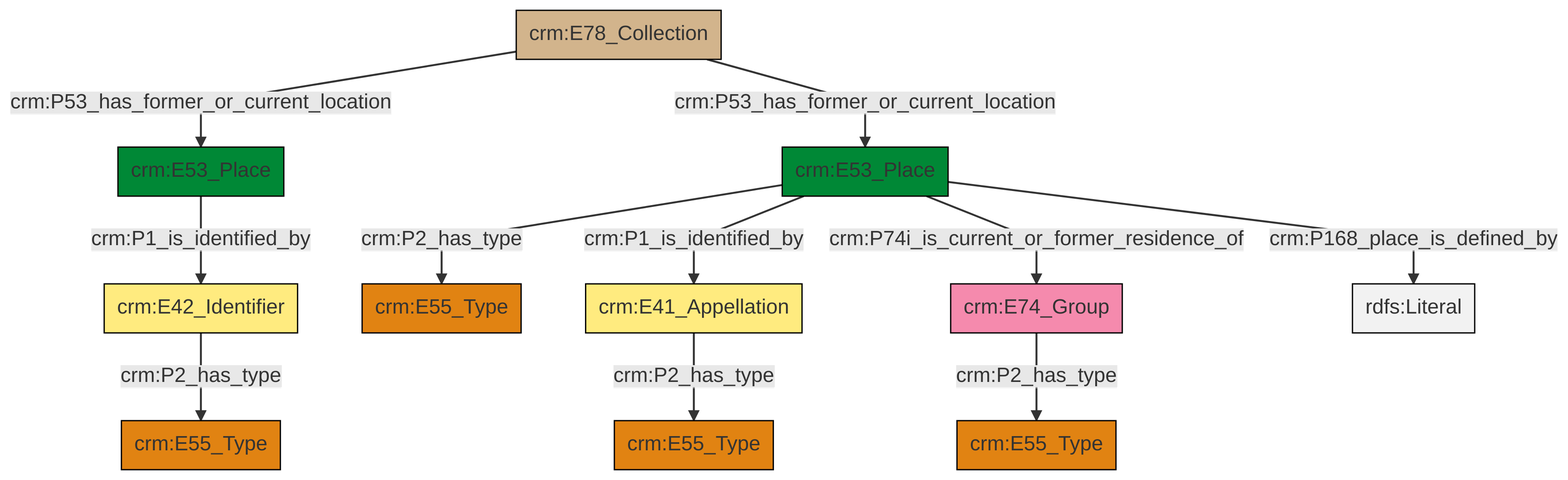
Before: et/archivalCSV/ttl/mmd/png/archival_location.png, a diagram exported from Mermaid (swiss-art-research-net/docs.swissartresearch). Its source is kept beside it as et/archivalCSV/ttl/mmd/archival_location.ttl.mmd.
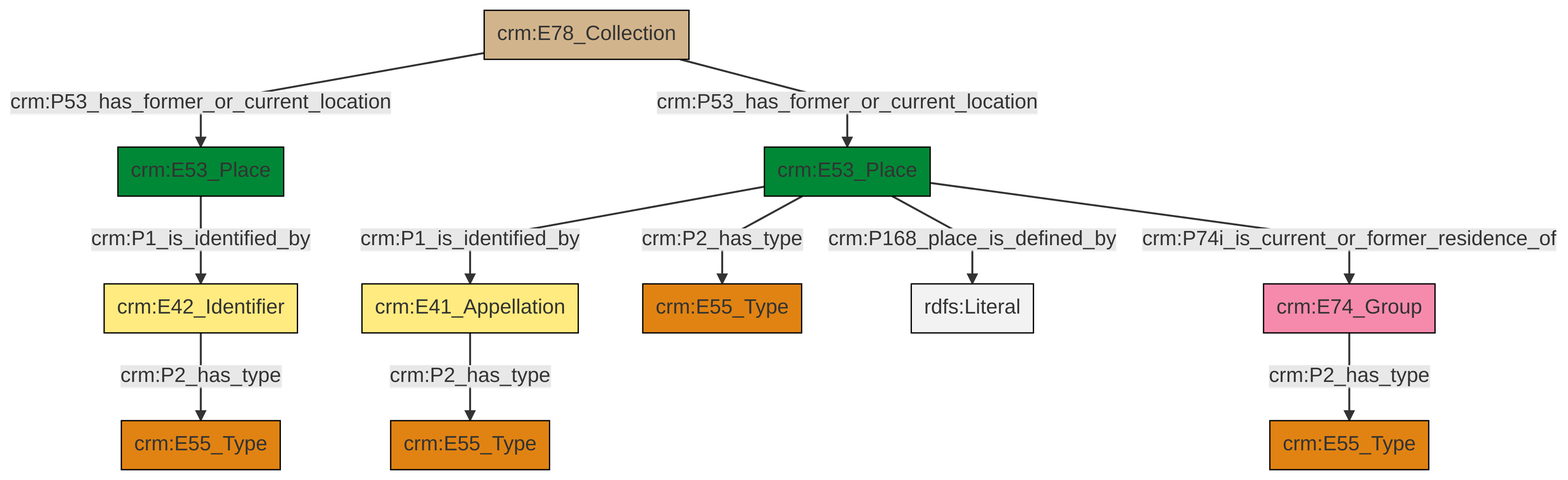
Later version of the same file.

The edit, as a diff of the source:
```diff
@@ -13,13 +13,13 @@
 classDef PC_Classes fill:#4ce600, stroke:#000000;
 classDef Multi fill:#cccccc,stroke:#000000;
 
-2["crm:E41_Appellation"]:::Appellation -->|crm:P2_has_type| 3["crm:E55_Type"]:::Type
-6["crm:E74_Group"]:::Actor -->|crm:P2_has_type| 7["crm:E55_Type"]:::Type
-9["crm:E42_Identifier"]:::Appellation -->|crm:P2_has_type| 0["crm:E55_Type"]:::Type
-10["crm:E53_Place"]:::Place -->|crm:P168_place_is_defined_by| 11[rdfs:Literal]:::Literal
-10["crm:E53_Place"]:::Place -->|crm:P2_has_type| 4["crm:E55_Type"]:::Type
-17["crm:E53_Place"]:::Place -->|crm:P1_is_identified_by| 9["crm:E42_Identifier"]:::Appellation
-21["crm:E78_Collection"]:::Physical_Thing -->|crm:P53_has_former_or_current_location| 17["crm:E53_Place"]:::Place
-10["crm:E53_Place"]:::Place -->|crm:P1_is_identified_by| 2["crm:E41_Appellation"]:::Appellation
-21["crm:E78_Collection"]:::Physical_Thing -->|crm:P53_has_former_or_current_location| 10["crm:E53_Place"]:::Place
-10["crm:E53_Place"]:::Place -->|crm:P74i_is_current_or_former_residence_of| 6["crm:E74_Group"]:::Actor
+2["crm:E42_Identifier"]:::Appellation -->|crm:P2_has_type| 3["crm:E55_Type"]:::Type
+4["crm:E41_Appellation"]:::Appellation -->|crm:P2_has_type| 5["crm:E55_Type"]:::Type
+6["crm:E78_Collection"]:::Physical_Thing -->|crm:P53_has_former_or_current_location| 7["crm:E53_Place"]:::Place
+0["crm:E53_Place"]:::Place -->|crm:P1_is_identified_by| 4["crm:E41_Appellation"]:::Appellation
+0["crm:E53_Place"]:::Place -->|crm:P168_place_is_defined_by| 14[rdfs:Literal]:::Literal
+16["crm:E74_Group"]:::Actor -->|crm:P2_has_type| 10["crm:E55_Type"]:::Type
+0["crm:E53_Place"]:::Place -->|crm:P74i_is_current_or_former_residence_of| 16["crm:E74_Group"]:::Actor
+6["crm:E78_Collection"]:::Physical_Thing -->|crm:P53_has_former_or_current_location| 0["crm:E53_Place"]:::Place
+7["crm:E53_Place"]:::Place -->|crm:P1_is_identified_by| 2["crm:E42_Identifier"]:::Appellation
+0["crm:E53_Place"]:::Place -->|crm:P2_has_type| 8["crm:E55_Type"]:::Type
```
